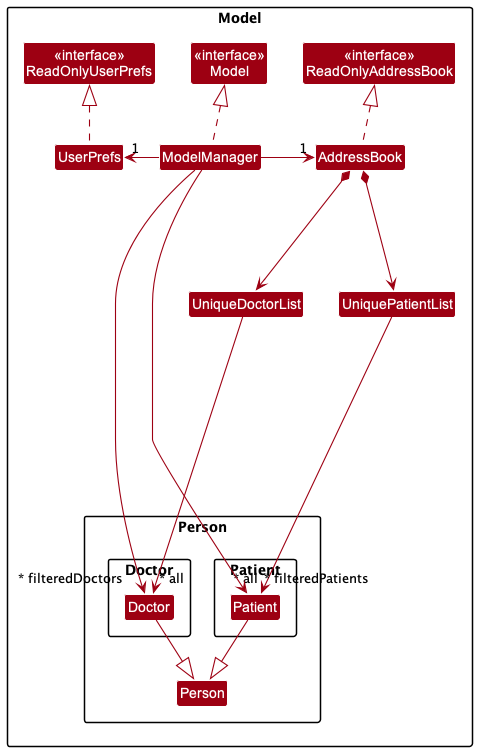
The PlantUML diagram docs/images/UpdatedModelClassDiagram.png in nus-cs2103-AY2223S2/tp, before a commit.
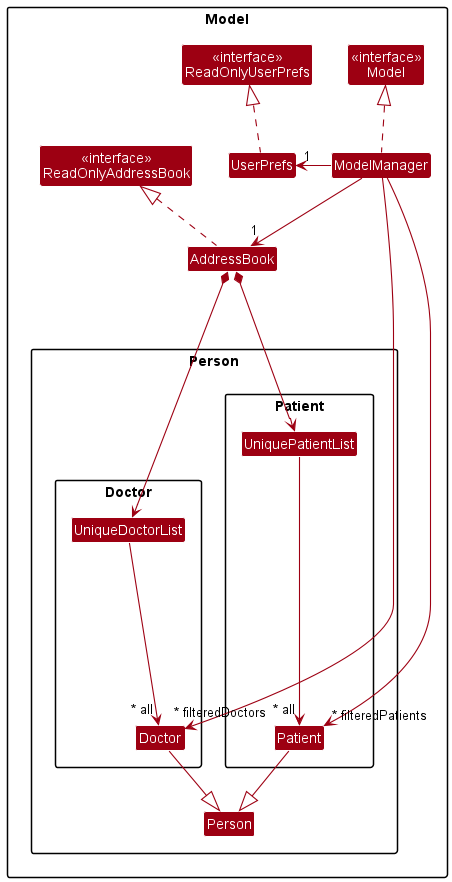
After the commit.

Commit message:
Update DG with correct diagrams, glossary and effort

The edit, as a diff of the source:
```diff
@@ -13,38 +13,38 @@
     Class "AddressBook" as AddressBook
     Class "UserPrefs" as UserPrefs
 
-    Class "UniqueDoctorList" as UniqueDoctorList
-    Class "UniquePatientList" as UniquePatientList
 
 Package Person {
+    Class "Person" as Person
+
     Package Doctor {
+        Class "UniqueDoctorList" as UniqueDoctorList
         Class "Doctor" as Doctor
     }
     Package Patient {
+        Class "UniquePatientList" as UniquePatientList
         Class "Patient" as Patient
     }
-    Class "Person" as Person
 
     Doctor.Doctor -down-|>Person
     Patient.Patient -down-|> Person
 }
+    ModelManager ---> "~* filteredDoctors" Person.Doctor.Doctor
+    ModelManager ---> "~* filteredPatients" Person.Patient.Patient
 
+    AddressBook *-down--> UniqueDoctorList
+    AddressBook *-down--> UniquePatientList
 
-    UniqueDoctorList ----> "~* all" Person.Doctor.Doctor
-    UniquePatientList -----> "~* all" Person.Patient.Patient
-
-    AddressBook *---> UniqueDoctorList
-    AddressBook *---> UniquePatientList
+    UniqueDoctorList -down---> "~* all" Person.Doctor.Doctor
+    UniquePatientList -down----> "~* all" Person.Patient.Patient
 
     AddressBook .up.|> ReadOnlyAddressBook
     ModelManager .up.|> Model
     UserPrefs .up.|> ReadOnlyUserPrefs
 
-    ModelManager -> "1" AddressBook
+    ModelManager -down-> "1" AddressBook
     UserPrefs "1" <- ModelManager
 
-    ModelManager ---> "~* filteredDoctors" Person.Doctor.Doctor
-    ModelManager ---> "~* filteredPatients" Person.Patient.Patient
 
 }
 @enduml
```
